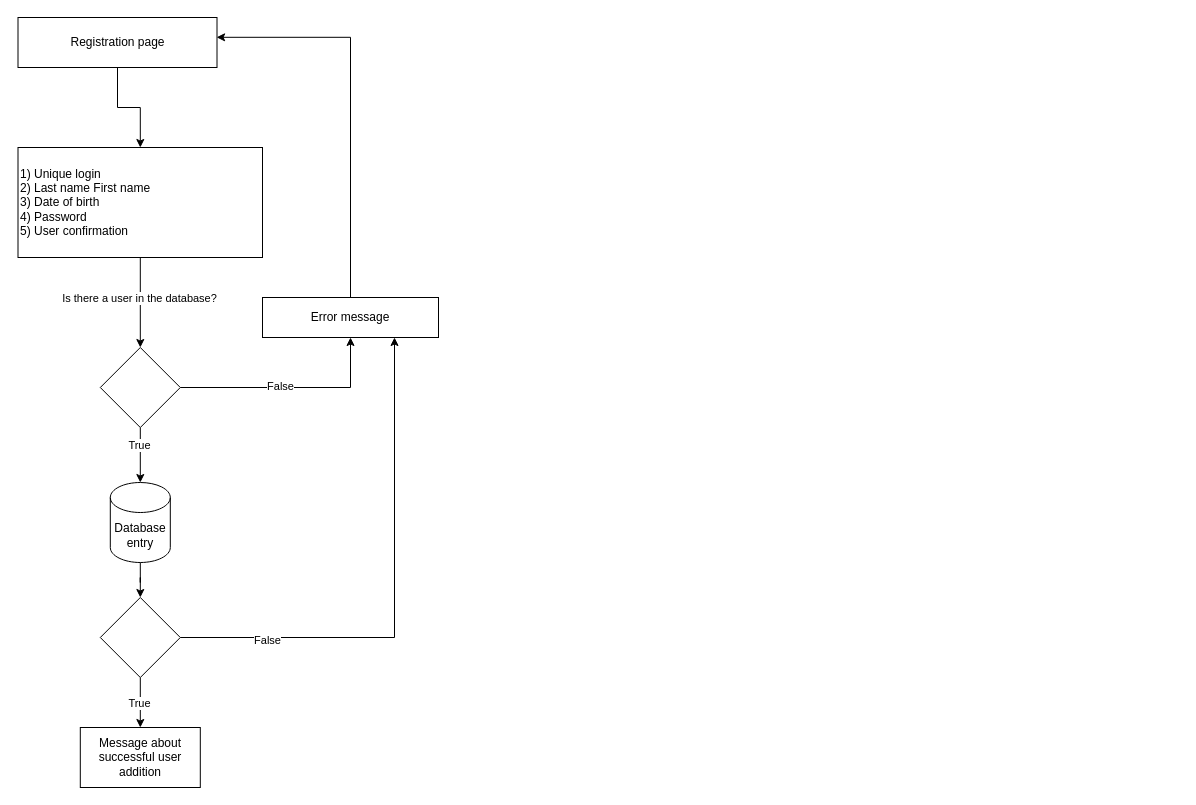
The draw.io diagram blog.drawio in demy-vlad/proj_blog, before the edit. Source tidied: cells renumbered, new cells numbered last; positions are measured from the earlier drawing's top-left corner, leaving out a move shared by most shapes. Both pictures are drawn from the tidied source at 100%, with x=0, y=0 at pixel (18, 17).
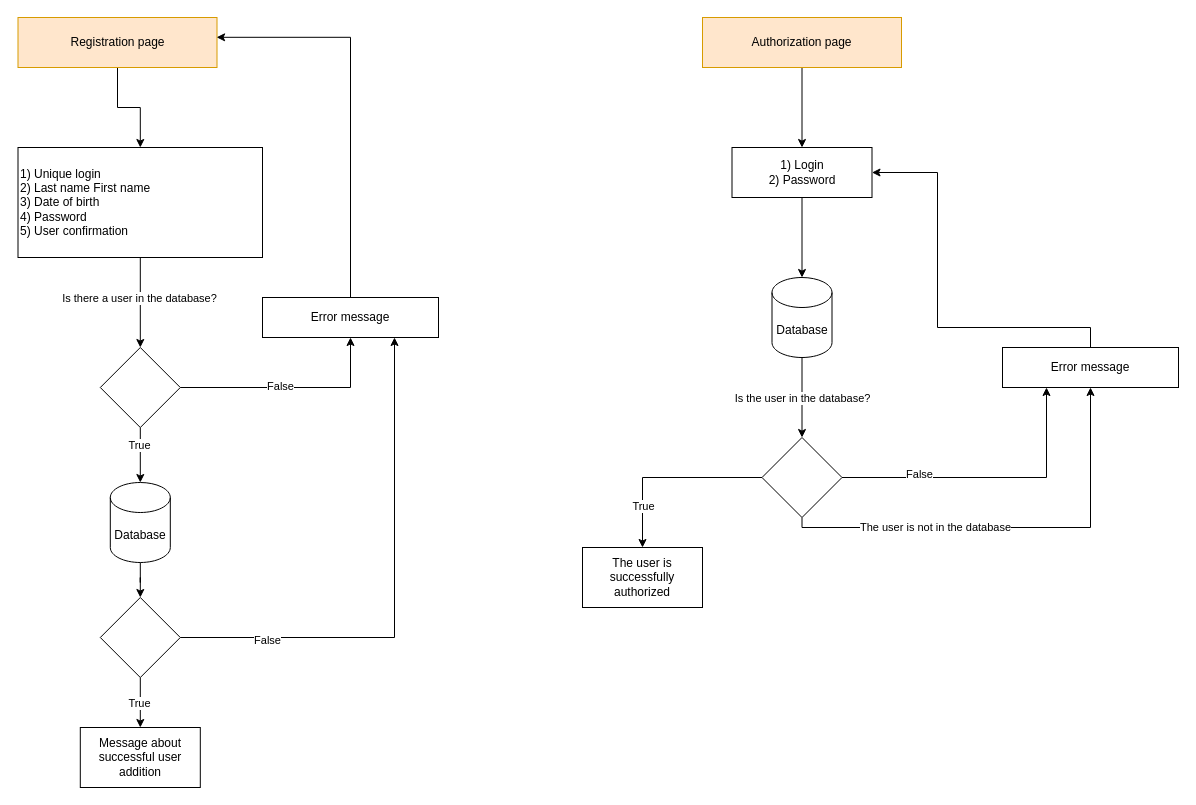
The same page after the edit.

What changed in the source:
```diff
@@
-    <mxCell id="3" value="Registration page" style="rounded=0;whiteSpace=wrap;html=1;" parent="1" vertex="1">
+    <mxCell id="3" value="Registration page" style="rounded=0;whiteSpace=wrap;html=1;fillColor=#ffe6cc;strokeColor=#d79b00;" parent="1" vertex="1">
       <mxGeometry x="-0.5" width="199" height="50" as="geometry" />
     </mxCell>
@@
-    <mxCell id="17" value="Database entry" style="shape=cylinder3;whiteSpace=wrap;html=1;boundedLbl=1;backgroundOutline=1;size=15;" parent="1" vertex="1">
+    <mxCell id="17" value="Database" style="shape=cylinder3;whiteSpace=wrap;html=1;boundedLbl=1;backgroundOutline=1;size=15;" parent="1" vertex="1">
       <mxGeometry x="91.8" y="465" width="60" height="80" as="geometry" />
     </mxCell>
@@
+    <mxCell id="24" style="edgeStyle=orthogonalEdgeStyle;rounded=0;jettySize=auto;html=1;" parent="1" edge="1" source="25" target="26">
+      <mxGeometry relative="1" as="geometry" />
+    </mxCell>
+    <mxCell id="25" value="Authorization page" style="rounded=0;whiteSpace=wrap;html=1;fillColor=#ffe6cc;strokeColor=#d79b00;" parent="1" vertex="1">
+      <mxGeometry x="684" width="199" height="50" as="geometry" />
+    </mxCell>
+    <mxCell id="26" value="&lt;div&gt;1) Login&lt;/div&gt;&lt;div&gt;2) Password&lt;/div&gt;" style="whiteSpace=wrap;html=1;rounded=0;" parent="1" vertex="1">
+      <mxGeometry x="713.5" y="130" width="140" height="50" as="geometry" />
+    </mxCell>
+    <mxCell id="27" style="edgeStyle=orthogonalEdgeStyle;rounded=0;jettySize=auto;html=1;" parent="1" edge="1" source="29" target="37">
+      <mxGeometry relative="1" as="geometry" />
+    </mxCell>
+    <mxCell id="28" value="Is the user in the database?" style="edgeLabel;html=1;align=center;verticalAlign=middle;" parent="27" vertex="1">
+      <mxGeometry x="0.17" relative="1" as="geometry">
+        <mxPoint y="-7" as="offset" />
+      </mxGeometry>
+    </mxCell>
+    <mxCell id="29" value="Database" style="shape=cylinder3;whiteSpace=wrap;html=1;boundedLbl=1;backgroundOutline=1;size=15;" parent="1" vertex="1">
+      <mxGeometry x="753.5" y="260" width="60" height="80" as="geometry" />
+    </mxCell>
+    <mxCell id="30" style="edgeStyle=orthogonalEdgeStyle;rounded=0;jettySize=auto;html=1;entryX=0.5;entryY=0;entryDx=0;entryDy=0;entryPerimeter=0;" parent="1" edge="1" source="26" target="29">
+      <mxGeometry relative="1" as="geometry" />
+    </mxCell>
+    <mxCell id="31" style="edgeStyle=orthogonalEdgeStyle;rounded=0;jettySize=auto;html=1;entryX=0.25;entryY=1;entryDx=0;entryDy=0;" parent="1" edge="1" source="37" target="39">
+      <mxGeometry relative="1" as="geometry" />
+    </mxCell>
+    <mxCell id="32" value="False" style="edgeLabel;html=1;align=center;verticalAlign=middle;" parent="31" vertex="1">
+      <mxGeometry x="-0.48" y="4" relative="1" as="geometry" />
+    </mxCell>
+    <mxCell id="33" style="edgeStyle=orthogonalEdgeStyle;rounded=0;jettySize=auto;html=1;entryX=0.5;entryY=1;entryDx=0;entryDy=0;exitX=0.5;exitY=1;exitDx=0;exitDy=0;" parent="1" edge="1" source="37" target="39">
+      <mxGeometry relative="1" as="geometry">
+        <Array as="points">
+          <mxPoint x="784" y="510" />
+          <mxPoint x="1072" y="510" />
+        </Array>
+      </mxGeometry>
+    </mxCell>
+    <mxCell id="34" value="The user is not in the database" style="edgeLabel;html=1;align=center;verticalAlign=middle;" parent="33" vertex="1">
+      <mxGeometry x="-0.35" y="1" relative="1" as="geometry" />
+    </mxCell>
+    <mxCell id="35" style="edgeStyle=orthogonalEdgeStyle;rounded=0;jettySize=auto;html=1;exitX=0;exitY=0.5;exitDx=0;exitDy=0;" parent="1" edge="1" source="37" target="40">
+      <mxGeometry relative="1" as="geometry" />
+    </mxCell>
+    <mxCell id="36" value="True" style="edgeLabel;html=1;align=center;verticalAlign=middle;" parent="35" vertex="1">
+      <mxGeometry x="0.28" relative="1" as="geometry">
+        <mxPoint y="27" as="offset" />
+      </mxGeometry>
+    </mxCell>
+    <mxCell id="37" style="rhombus;whiteSpace=wrap;html=1;" parent="1" vertex="1">
+      <mxGeometry x="743.5" y="420" width="80" height="80" as="geometry" />
+    </mxCell>
+    <mxCell id="38" style="edgeStyle=orthogonalEdgeStyle;rounded=0;jettySize=auto;html=1;entryX=1;entryY=0.5;entryDx=0;entryDy=0;" parent="1" edge="1" source="39" target="26">
+      <mxGeometry relative="1" as="geometry">
+        <Array as="points">
+          <mxPoint x="1072" y="310" />
+          <mxPoint x="919" y="310" />
+          <mxPoint x="919" y="155" />
+        </Array>
+      </mxGeometry>
+    </mxCell>
+    <mxCell id="39" value="Error message" style="whiteSpace=wrap;html=1;align=center;rounded=0;" parent="1" vertex="1">
+      <mxGeometry x="984" y="330" width="176" height="40" as="geometry" />
+    </mxCell>
+    <mxCell id="40" value="&lt;div&gt;The user is successfully authorized&lt;br&gt;&lt;/div&gt;" style="rounded=0;whiteSpace=wrap;html=1;" parent="1" vertex="1">
+      <mxGeometry x="564" y="530" width="120" height="60" as="geometry" />
+    </mxCell>
```
